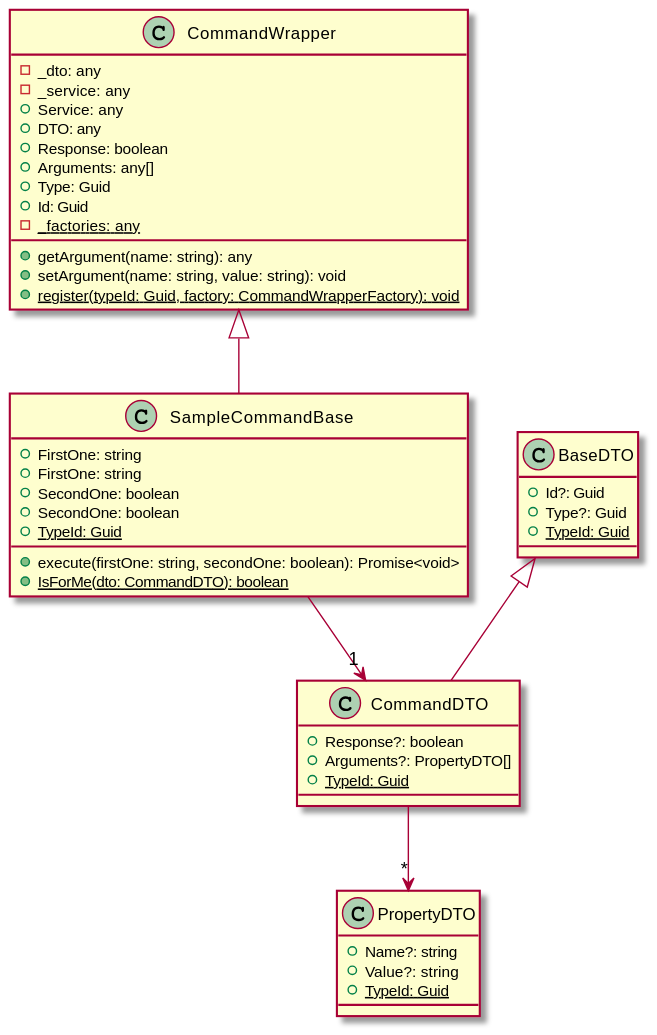
The PlantUML diagram wEBcMD/Doc/Types/ts/SampleCommand.svg in kokolorix/wEBcMD, before a commit. Its diagram source:
```plantuml
@startuml
class CommandWrapper {
    -_dto: any
    -_service: any
    +Service: any
    +DTO: any
    +Response: boolean
    +Arguments: any[]
    +Type: Guid
    +Id: Guid
    +getArgument(name: string): any
    +setArgument(name: string, value: string): void
    -{static} _factories: any
    +{static} register(typeId: Guid, factory: CommandWrapperFactory): void
}
class PropertyDTO {
    +Name?: string
    +Value?: string
    +{static} TypeId: Guid
}
class BaseDTO {
    +Id?: Guid
    +Type?: Guid
    +{static} TypeId: Guid
}
class CommandDTO extends BaseDTO {
    +Response?: boolean
    +Arguments?: PropertyDTO[]
    +{static} TypeId: Guid
}
class SampleCommandBase extends CommandWrapper {
    +FirstOne: string
    +FirstOne: string
    +SecondOne: boolean
    +SecondOne: boolean
    +execute(firstOne: string, secondOne: boolean): Promise<void>
    +{static} TypeId: Guid
    +{static} IsForMe(dto: CommandDTO): boolean
}
CommandDTO --> "*" PropertyDTO
SampleCommandBase --> "1" CommandDTO
@enduml
```
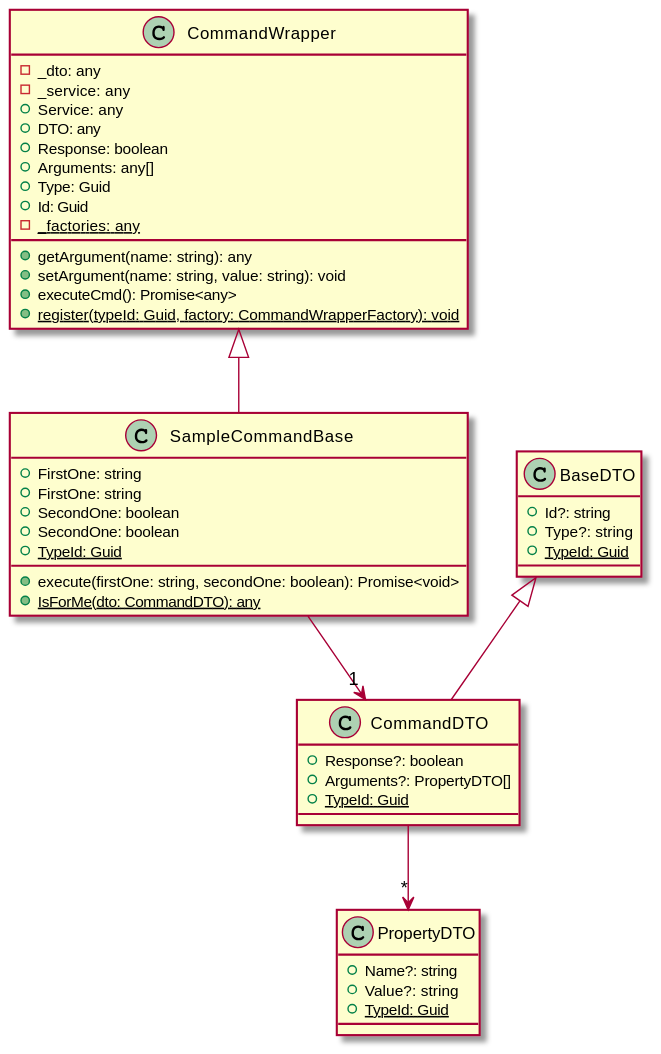
The same diagram one commit later.

Diff of the diagram source:
```diff
@@ -10,6 +10,7 @@
     +Id: Guid
     +getArgument(name: string): any
     +setArgument(name: string, value: string): void
+    +executeCmd(): Promise<any>
     -{static} _factories: any
     +{static} register(typeId: Guid, factory: CommandWrapperFactory): void
 }
@@ -19,8 +20,8 @@
     +{static} TypeId: Guid
 }
 class BaseDTO {
-    +Id?: Guid
-    +Type?: Guid
+    +Id?: string
+    +Type?: string
     +{static} TypeId: Guid
 }
 class CommandDTO extends BaseDTO {
@@ -35,7 +36,7 @@
     +SecondOne: boolean
     +execute(firstOne: string, secondOne: boolean): Promise<void>
     +{static} TypeId: Guid
-    +{static} IsForMe(dto: CommandDTO): boolean
+    +{static} IsForMe(dto: CommandDTO): any
 }
 CommandDTO --> "*" PropertyDTO
 SampleCommandBase --> "1" CommandDTO
```
